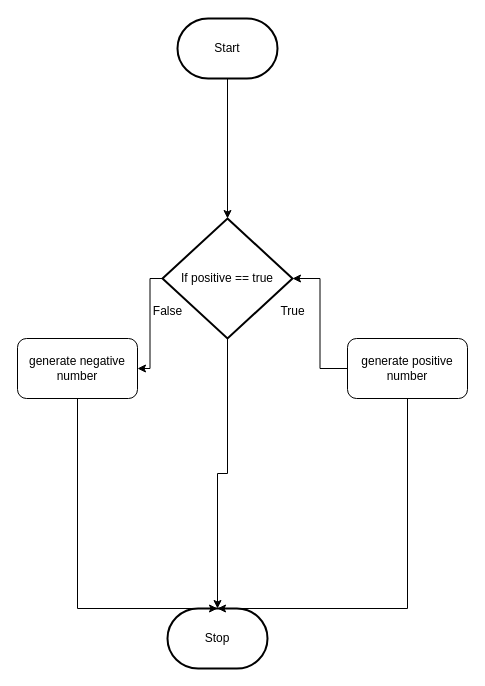
Before: design/flowchart.drawio in MTHS-ICD2O-1-2024/ICD2O-Unit-5-02-Joyce-Nkengbeza, a draw.io diagram. Source tidied: cells renumbered, new cells numbered last; positions are measured from the earlier drawing's top-left corner, leaving out a move shared by most shapes. Both pictures are drawn from the tidied source at 100%, with x=0, y=0 at pixel (17, 18).
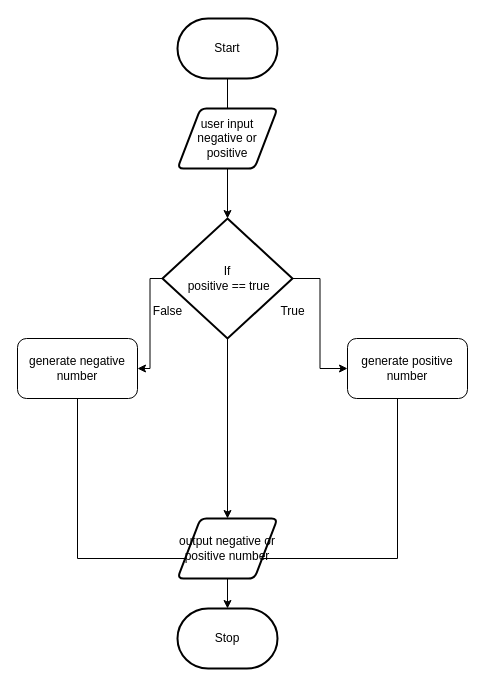
Above is the later version.

The change refers to these unchanged cells:
```xml
<mxCell id="10" value="generate positive number" style="rounded=1;whiteSpace=wrap;html=1;" parent="1" vertex="1">
  <mxGeometry x="330" y="320" width="120" height="60" as="geometry" />
</mxCell>
```

What changed in the source:
```diff
@@
-    <mxCell id="2" style="edgeStyle=orthogonalEdgeStyle;html=1;rounded=0;" parent="1" edge="1" source="7" target="5">
+    <mxCell id="2" style="edgeStyle=orthogonalEdgeStyle;html=1;rounded=0;" parent="1" edge="1" source="18" target="5">
       <mxGeometry relative="1" as="geometry" />
     </mxCell>
@@
     <mxCell id="5" value="Stop" style="strokeWidth=2;html=1;shape=mxgraph.flowchart.terminator;whiteSpace=wrap;" parent="1" vertex="1">
-      <mxGeometry x="150" y="590" width="100" height="60" as="geometry" />
+      <mxGeometry x="160" y="590" width="100" height="60" as="geometry" />
     </mxCell>
@@
+    <mxCell id="15" style="edgeStyle=orthogonalEdgeStyle;html=1;entryX=0;entryY=0.5;entryDx=0;entryDy=0;rounded=0;curved=0;" parent="1" edge="1" source="7" target="10">
+      <mxGeometry relative="1" as="geometry" />
+    </mxCell>
-    <mxCell id="7" value="If positive == true" style="strokeWidth=2;html=1;shape=mxgraph.flowchart.decision;whiteSpace=wrap;" parent="1" vertex="1">
+    <mxCell id="7" value="If&lt;div&gt;&amp;nbsp;positive == true&lt;/div&gt;" style="strokeWidth=2;html=1;shape=mxgraph.flowchart.decision;whiteSpace=wrap;" parent="1" vertex="1">
       <mxGeometry x="145" y="200" width="130" height="120" as="geometry" />
     </mxCell>
-    <mxCell id="8" style="edgeStyle=orthogonalEdgeStyle;html=1;rounded=0;" parent="1" edge="1" source="10" target="7">
-      <mxGeometry relative="1" as="geometry" />
-    </mxCell>
     <mxCell id="9" style="edgeStyle=elbowEdgeStyle;html=1;rounded=0;" parent="1" edge="1" source="10">
       <mxGeometry relative="1" as="geometry">
-        <mxPoint x="200" y="590" as="targetPoint" />
+        <mxPoint x="200" y="540" as="targetPoint" />
         <Array as="points">
-          <mxPoint x="390" y="450" />
+          <mxPoint x="380" y="570" />
           <mxPoint x="460" y="470" />
         </Array>
       </mxGeometry>
     </mxCell>
@@
     <mxCell id="11" style="edgeStyle=elbowEdgeStyle;html=1;rounded=0;" parent="1" edge="1">
       <mxGeometry relative="1" as="geometry">
         <mxPoint x="60" y="380" as="sourcePoint" />
-        <mxPoint x="200" y="590" as="targetPoint" />
+        <mxPoint x="200" y="540" as="targetPoint" />
         <Array as="points">
           <mxPoint x="60" y="450" />
         </Array>
       </mxGeometry>
     </mxCell>
@@
+    <mxCell id="16" value="user input negative or positive" style="shape=parallelogram;html=1;strokeWidth=2;perimeter=parallelogramPerimeter;whiteSpace=wrap;rounded=1;arcSize=12;size=0.23;" parent="1" vertex="1">
+      <mxGeometry x="160" y="90" width="100" height="60" as="geometry" />
+    </mxCell>
+    <mxCell id="17" style="edgeStyle=orthogonalEdgeStyle;html=1;rounded=0;" parent="1" edge="1" source="7" target="18">
+      <mxGeometry relative="1" as="geometry" />
+    </mxCell>
+    <mxCell id="18" value="output negative or positive number" style="shape=parallelogram;html=1;strokeWidth=2;perimeter=parallelogramPerimeter;whiteSpace=wrap;rounded=1;arcSize=12;size=0.23;" parent="1" vertex="1">
+      <mxGeometry x="160" y="500" width="100" height="60" as="geometry" />
+    </mxCell>
```
